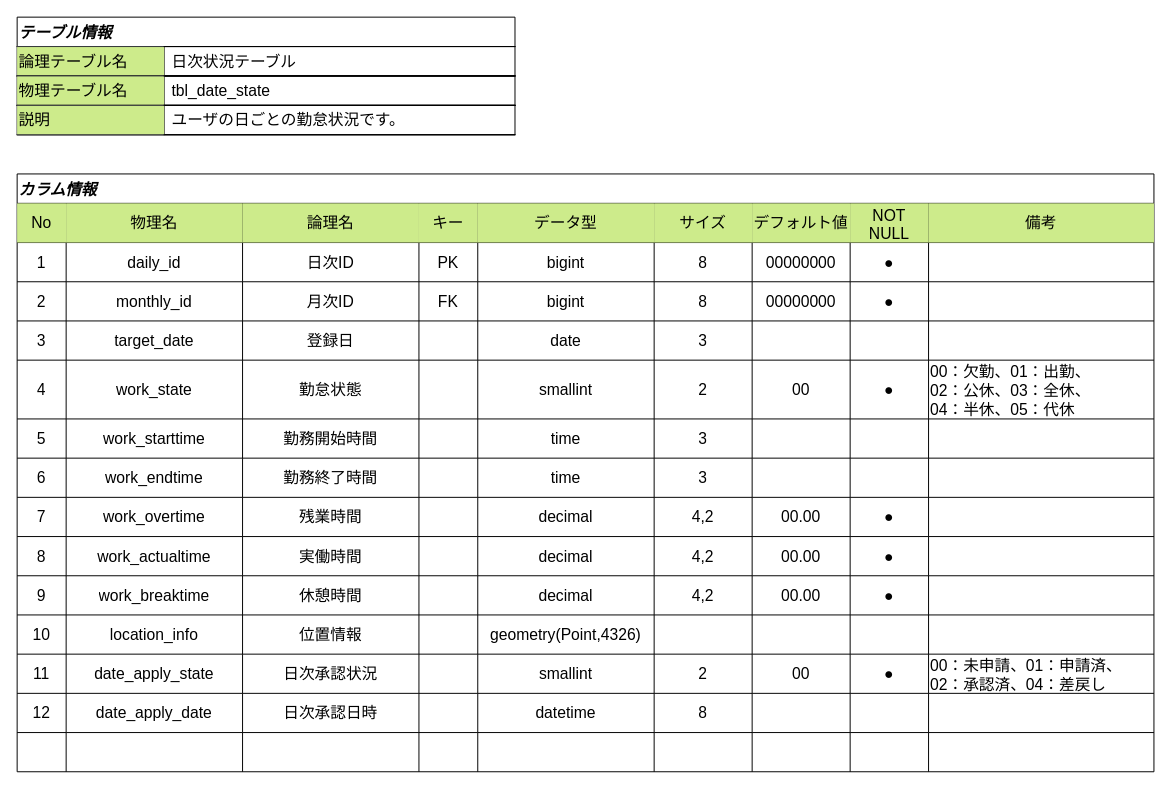
The draw.io diagram docs/database/tbl_date_state.drawio in youkobaske/agentSupport-attendanceSystem, before the edit. Source tidied: cells renumbered, new cells numbered last; positions are measured from the earlier drawing's top-left corner, leaving out a move shared by most shapes. Both pictures are drawn from the tidied source at 98%, with x=0, y=0 at pixel (17, 17).
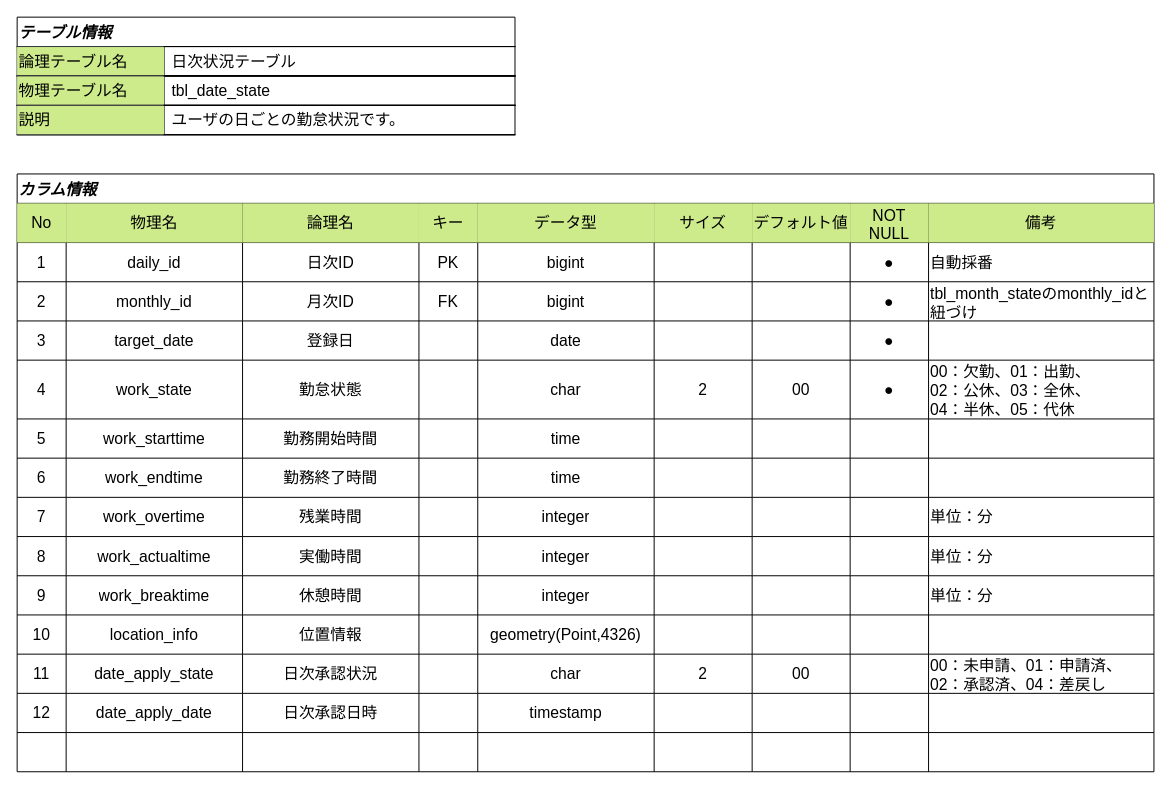
Above is the later version.

The change refers to these unchanged cells:
```xml
<mxCell id="23" style="shape=tableRow;horizontal=0;startSize=0;swimlaneHead=0;swimlaneBody=0;strokeColor=inherit;top=0;left=0;bottom=0;right=0;fillColor=none;fontSize=16;" parent="12" vertex="1">
  <mxGeometry y="70" width="1160" height="40" as="geometry" />
</mxCell>
<mxCell id="33" style="shape=tableRow;horizontal=0;startSize=0;swimlaneHead=0;swimlaneBody=0;strokeColor=inherit;top=0;left=0;bottom=0;right=0;fillColor=none;fontSize=16;" parent="12" vertex="1">
  <mxGeometry y="110" width="1160" height="40" as="geometry" />
</mxCell>
<mxCell id="43" style="shape=tableRow;horizontal=0;startSize=0;swimlaneHead=0;swimlaneBody=0;strokeColor=inherit;top=0;left=0;bottom=0;right=0;fillColor=none;fontSize=16;" parent="12" vertex="1">
  <mxGeometry y="150" width="1160" height="40" as="geometry" />
</mxCell>
<mxCell id="53" style="shape=tableRow;horizontal=0;startSize=0;swimlaneHead=0;swimlaneBody=0;strokeColor=inherit;top=0;left=0;bottom=0;right=0;fillColor=none;fontSize=16;" parent="12" vertex="1">
  <mxGeometry y="190" width="1160" height="60" as="geometry" />
</mxCell>
<mxCell id="63" style="shape=tableRow;horizontal=0;startSize=0;swimlaneHead=0;swimlaneBody=0;strokeColor=inherit;top=0;left=0;bottom=0;right=0;fillColor=none;fontSize=16;" parent="12" vertex="1">
  <mxGeometry y="250" width="1160" height="40" as="geometry" />
</mxCell>
<mxCell id="73" style="shape=tableRow;horizontal=0;startSize=0;swimlaneHead=0;swimlaneBody=0;strokeColor=inherit;top=0;left=0;bottom=0;right=0;fillColor=none;fontSize=16;" parent="12" vertex="1">
  <mxGeometry y="290" width="1160" height="40" as="geometry" />
</mxCell>
<mxCell id="83" style="shape=tableRow;horizontal=0;startSize=0;swimlaneHead=0;swimlaneBody=0;strokeColor=inherit;top=0;left=0;bottom=0;right=0;fillColor=none;fontSize=16;" parent="12" vertex="1">
  <mxGeometry y="330" width="1160" height="40" as="geometry" />
</mxCell>
<mxCell id="93" style="shape=tableRow;horizontal=0;startSize=0;swimlaneHead=0;swimlaneBody=0;strokeColor=inherit;top=0;left=0;bottom=0;right=0;fillColor=none;fontSize=16;" parent="12" vertex="1">
  <mxGeometry y="370" width="1160" height="40" as="geometry" />
</mxCell>
<mxCell id="103" style="shape=tableRow;horizontal=0;startSize=0;swimlaneHead=0;swimlaneBody=0;strokeColor=inherit;top=0;left=0;bottom=0;right=0;fillColor=none;fontSize=16;" parent="12" vertex="1">
  <mxGeometry y="410" width="1160" height="40" as="geometry" />
</mxCell>
<mxCell id="123" style="shape=tableRow;horizontal=0;startSize=0;swimlaneHead=0;swimlaneBody=0;strokeColor=inherit;top=0;left=0;bottom=0;right=0;fillColor=none;fontSize=16;" parent="12" vertex="1">
  <mxGeometry y="490" width="1160" height="40" as="geometry" />
</mxCell>
<mxCell id="133" style="shape=tableRow;horizontal=0;startSize=0;swimlaneHead=0;swimlaneBody=0;strokeColor=inherit;top=0;left=0;bottom=0;right=0;fillColor=none;fontSize=16;" parent="12" vertex="1">
  <mxGeometry y="530" width="1160" height="40" as="geometry" />
</mxCell>
```

Diff of the diagram source:
```diff
@@
-    <mxCell id="29" value="8" style="shape=partialRectangle;html=1;whiteSpace=wrap;strokeColor=inherit;overflow=hidden;fillColor=none;top=0;left=0;bottom=0;right=0;fontSize=16;" parent="23" vertex="1">
+    <mxCell id="29" style="shape=partialRectangle;html=1;whiteSpace=wrap;strokeColor=inherit;overflow=hidden;fillColor=none;top=0;left=0;bottom=0;right=0;fontSize=16;" parent="23" vertex="1">
       <mxGeometry x="650" width="100" height="40" as="geometry" />
     </mxCell>
-    <mxCell id="30" value="00000000" style="shape=partialRectangle;html=1;whiteSpace=wrap;strokeColor=inherit;overflow=hidden;fillColor=none;top=0;left=0;bottom=0;right=0;fontSize=16;" parent="23" vertex="1">
+    <mxCell id="30" style="shape=partialRectangle;html=1;whiteSpace=wrap;strokeColor=inherit;overflow=hidden;fillColor=none;top=0;left=0;bottom=0;right=0;fontSize=16;" parent="23" vertex="1">
       <mxGeometry x="750" width="100" height="40" as="geometry" />
     </mxCell>
@@
-    <mxCell id="32" style="shape=partialRectangle;html=1;whiteSpace=wrap;strokeColor=inherit;overflow=hidden;fillColor=none;top=0;left=0;bottom=0;right=0;fontSize=16;align=left;" parent="23" vertex="1">
+    <mxCell id="32" value="自動採番" style="shape=partialRectangle;html=1;whiteSpace=wrap;strokeColor=inherit;overflow=hidden;fillColor=none;top=0;left=0;bottom=0;right=0;fontSize=16;align=left;" parent="23" vertex="1">
       <mxGeometry x="930" width="230" height="40" as="geometry" />
     </mxCell>
@@
-    <mxCell id="39" value="8" style="shape=partialRectangle;html=1;whiteSpace=wrap;strokeColor=inherit;overflow=hidden;fillColor=none;top=0;left=0;bottom=0;right=0;fontSize=16;" parent="33" vertex="1">
+    <mxCell id="39" style="shape=partialRectangle;html=1;whiteSpace=wrap;strokeColor=inherit;overflow=hidden;fillColor=none;top=0;left=0;bottom=0;right=0;fontSize=16;" parent="33" vertex="1">
       <mxGeometry x="650" width="100" height="40" as="geometry" />
     </mxCell>
-    <mxCell id="40" value="00000000" style="shape=partialRectangle;html=1;whiteSpace=wrap;strokeColor=inherit;overflow=hidden;fillColor=none;top=0;left=0;bottom=0;right=0;fontSize=16;" parent="33" vertex="1">
+    <mxCell id="40" style="shape=partialRectangle;html=1;whiteSpace=wrap;strokeColor=inherit;overflow=hidden;fillColor=none;top=0;left=0;bottom=0;right=0;fontSize=16;" parent="33" vertex="1">
       <mxGeometry x="750" width="100" height="40" as="geometry" />
     </mxCell>
@@
-    <mxCell id="42" style="shape=partialRectangle;html=1;whiteSpace=wrap;strokeColor=inherit;overflow=hidden;fillColor=none;top=0;left=0;bottom=0;right=0;fontSize=16;align=left;" parent="33" vertex="1">
+    <mxCell id="42" value="tbl_month_stateのmonthly_idと紐づけ" style="shape=partialRectangle;html=1;whiteSpace=wrap;strokeColor=inherit;overflow=hidden;fillColor=none;top=0;left=0;bottom=0;right=0;fontSize=16;align=left;" parent="33" vertex="1">
       <mxGeometry x="930" width="230" height="40" as="geometry" />
     </mxCell>
@@
-    <mxCell id="49" value="3" style="shape=partialRectangle;html=1;whiteSpace=wrap;strokeColor=inherit;overflow=hidden;fillColor=none;top=0;left=0;bottom=0;right=0;fontSize=16;" parent="43" vertex="1">
+    <mxCell id="49" style="shape=partialRectangle;html=1;whiteSpace=wrap;strokeColor=inherit;overflow=hidden;fillColor=none;top=0;left=0;bottom=0;right=0;fontSize=16;" parent="43" vertex="1">
       <mxGeometry x="650" width="100" height="40" as="geometry" />
     </mxCell>
@@
-    <mxCell id="51" style="shape=partialRectangle;html=1;whiteSpace=wrap;strokeColor=inherit;overflow=hidden;fillColor=none;top=0;left=0;bottom=0;right=0;fontSize=16;" parent="43" vertex="1">
+    <mxCell id="51" value="●" style="shape=partialRectangle;html=1;whiteSpace=wrap;strokeColor=inherit;overflow=hidden;fillColor=none;top=0;left=0;bottom=0;right=0;fontSize=16;" parent="43" vertex="1">
       <mxGeometry x="850" width="80" height="40" as="geometry" />
     </mxCell>
@@
-    <mxCell id="58" value="smallint" style="shape=partialRectangle;html=1;whiteSpace=wrap;strokeColor=inherit;overflow=hidden;fillColor=none;top=0;left=0;bottom=0;right=0;fontSize=16;" parent="53" vertex="1">
+    <mxCell id="58" value="char" style="shape=partialRectangle;html=1;whiteSpace=wrap;strokeColor=inherit;overflow=hidden;fillColor=none;top=0;left=0;bottom=0;right=0;fontSize=16;" parent="53" vertex="1">
       <mxGeometry x="470" width="180" height="60" as="geometry" />
     </mxCell>
@@
-    <mxCell id="69" value="3" style="shape=partialRectangle;html=1;whiteSpace=wrap;strokeColor=inherit;overflow=hidden;fillColor=none;top=0;left=0;bottom=0;right=0;fontSize=16;" parent="63" vertex="1">
+    <mxCell id="69" style="shape=partialRectangle;html=1;whiteSpace=wrap;strokeColor=inherit;overflow=hidden;fillColor=none;top=0;left=0;bottom=0;right=0;fontSize=16;" parent="63" vertex="1">
       <mxGeometry x="650" width="100" height="40" as="geometry" />
     </mxCell>
@@
-    <mxCell id="79" value="3" style="shape=partialRectangle;html=1;whiteSpace=wrap;strokeColor=inherit;overflow=hidden;fillColor=none;top=0;left=0;bottom=0;right=0;fontSize=16;" parent="73" vertex="1">
+    <mxCell id="79" style="shape=partialRectangle;html=1;whiteSpace=wrap;strokeColor=inherit;overflow=hidden;fillColor=none;top=0;left=0;bottom=0;right=0;fontSize=16;" parent="73" vertex="1">
       <mxGeometry x="650" width="100" height="40" as="geometry" />
     </mxCell>
@@
-    <mxCell id="88" value="decimal" style="shape=partialRectangle;html=1;whiteSpace=wrap;strokeColor=inherit;overflow=hidden;fillColor=none;top=0;left=0;bottom=0;right=0;fontSize=16;" parent="83" vertex="1">
+    <mxCell id="88" value="integer" style="shape=partialRectangle;html=1;whiteSpace=wrap;strokeColor=inherit;overflow=hidden;fillColor=none;top=0;left=0;bottom=0;right=0;fontSize=16;" parent="83" vertex="1">
       <mxGeometry x="470" width="180" height="40" as="geometry" />
     </mxCell>
-    <mxCell id="89" value="4,2" style="shape=partialRectangle;html=1;whiteSpace=wrap;strokeColor=inherit;overflow=hidden;fillColor=none;top=0;left=0;bottom=0;right=0;fontSize=16;" parent="83" vertex="1">
+    <mxCell id="89" style="shape=partialRectangle;html=1;whiteSpace=wrap;strokeColor=inherit;overflow=hidden;fillColor=none;top=0;left=0;bottom=0;right=0;fontSize=16;" parent="83" vertex="1">
       <mxGeometry x="650" width="100" height="40" as="geometry" />
     </mxCell>
-    <mxCell id="90" value="00.00" style="shape=partialRectangle;html=1;whiteSpace=wrap;strokeColor=inherit;overflow=hidden;fillColor=none;top=0;left=0;bottom=0;right=0;fontSize=16;" parent="83" vertex="1">
+    <mxCell id="90" style="shape=partialRectangle;html=1;whiteSpace=wrap;strokeColor=inherit;overflow=hidden;fillColor=none;top=0;left=0;bottom=0;right=0;fontSize=16;" parent="83" vertex="1">
       <mxGeometry x="750" width="100" height="40" as="geometry" />
     </mxCell>
-    <mxCell id="91" value="●" style="shape=partialRectangle;html=1;whiteSpace=wrap;strokeColor=inherit;overflow=hidden;fillColor=none;top=0;left=0;bottom=0;right=0;fontSize=16;" parent="83" vertex="1">
+    <mxCell id="91" style="shape=partialRectangle;html=1;whiteSpace=wrap;strokeColor=inherit;overflow=hidden;fillColor=none;top=0;left=0;bottom=0;right=0;fontSize=16;" parent="83" vertex="1">
       <mxGeometry x="850" width="80" height="40" as="geometry" />
     </mxCell>
-    <mxCell id="92" style="shape=partialRectangle;html=1;whiteSpace=wrap;strokeColor=inherit;overflow=hidden;fillColor=none;top=0;left=0;bottom=0;right=0;fontSize=16;align=left;" parent="83" vertex="1">
+    <mxCell id="92" value="単位：分" style="shape=partialRectangle;html=1;whiteSpace=wrap;strokeColor=inherit;overflow=hidden;fillColor=none;top=0;left=0;bottom=0;right=0;fontSize=16;align=left;" parent="83" vertex="1">
       <mxGeometry x="930" width="230" height="40" as="geometry" />
     </mxCell>
@@
-    <mxCell id="98" value="decimal" style="shape=partialRectangle;html=1;whiteSpace=wrap;strokeColor=inherit;overflow=hidden;fillColor=none;top=0;left=0;bottom=0;right=0;fontSize=16;" parent="93" vertex="1">
+    <mxCell id="98" value="integer" style="shape=partialRectangle;html=1;whiteSpace=wrap;strokeColor=inherit;overflow=hidden;fillColor=none;top=0;left=0;bottom=0;right=0;fontSize=16;" parent="93" vertex="1">
       <mxGeometry x="470" width="180" height="40" as="geometry" />
     </mxCell>
-    <mxCell id="99" value="4,2" style="shape=partialRectangle;html=1;whiteSpace=wrap;strokeColor=inherit;overflow=hidden;fillColor=none;top=0;left=0;bottom=0;right=0;fontSize=16;" parent="93" vertex="1">
+    <mxCell id="99" style="shape=partialRectangle;html=1;whiteSpace=wrap;strokeColor=inherit;overflow=hidden;fillColor=none;top=0;left=0;bottom=0;right=0;fontSize=16;" parent="93" vertex="1">
       <mxGeometry x="650" width="100" height="40" as="geometry" />
     </mxCell>
-    <mxCell id="100" value="00.00" style="shape=partialRectangle;html=1;whiteSpace=wrap;strokeColor=inherit;overflow=hidden;fillColor=none;top=0;left=0;bottom=0;right=0;fontSize=16;" parent="93" vertex="1">
+    <mxCell id="100" style="shape=partialRectangle;html=1;whiteSpace=wrap;strokeColor=inherit;overflow=hidden;fillColor=none;top=0;left=0;bottom=0;right=0;fontSize=16;" parent="93" vertex="1">
       <mxGeometry x="750" width="100" height="40" as="geometry" />
     </mxCell>
-    <mxCell id="101" value="●" style="shape=partialRectangle;html=1;whiteSpace=wrap;strokeColor=inherit;overflow=hidden;fillColor=none;top=0;left=0;bottom=0;right=0;fontSize=16;" parent="93" vertex="1">
+    <mxCell id="101" style="shape=partialRectangle;html=1;whiteSpace=wrap;strokeColor=inherit;overflow=hidden;fillColor=none;top=0;left=0;bottom=0;right=0;fontSize=16;" parent="93" vertex="1">
       <mxGeometry x="850" width="80" height="40" as="geometry" />
     </mxCell>
-    <mxCell id="102" style="shape=partialRectangle;html=1;whiteSpace=wrap;strokeColor=inherit;overflow=hidden;fillColor=none;top=0;left=0;bottom=0;right=0;fontSize=16;align=left;" parent="93" vertex="1">
+    <mxCell id="102" value="単位：分" style="shape=partialRectangle;html=1;whiteSpace=wrap;strokeColor=inherit;overflow=hidden;fillColor=none;top=0;left=0;bottom=0;right=0;fontSize=16;align=left;" parent="93" vertex="1">
       <mxGeometry x="930" width="230" height="40" as="geometry" />
     </mxCell>
@@
-    <mxCell id="108" value="decimal" style="shape=partialRectangle;html=1;whiteSpace=wrap;strokeColor=inherit;overflow=hidden;fillColor=none;top=0;left=0;bottom=0;right=0;fontSize=16;" parent="103" vertex="1">
+    <mxCell id="108" value="integer" style="shape=partialRectangle;html=1;whiteSpace=wrap;strokeColor=inherit;overflow=hidden;fillColor=none;top=0;left=0;bottom=0;right=0;fontSize=16;" parent="103" vertex="1">
       <mxGeometry x="470" width="180" height="40" as="geometry" />
     </mxCell>
-    <mxCell id="109" value="4,2" style="shape=partialRectangle;html=1;whiteSpace=wrap;strokeColor=inherit;overflow=hidden;fillColor=none;top=0;left=0;bottom=0;right=0;fontSize=16;" parent="103" vertex="1">
+    <mxCell id="109" style="shape=partialRectangle;html=1;whiteSpace=wrap;strokeColor=inherit;overflow=hidden;fillColor=none;top=0;left=0;bottom=0;right=0;fontSize=16;" parent="103" vertex="1">
       <mxGeometry x="650" width="100" height="40" as="geometry" />
     </mxCell>
-    <mxCell id="110" value="00.00" style="shape=partialRectangle;html=1;whiteSpace=wrap;strokeColor=inherit;overflow=hidden;fillColor=none;top=0;left=0;bottom=0;right=0;fontSize=16;" parent="103" vertex="1">
+    <mxCell id="110" style="shape=partialRectangle;html=1;whiteSpace=wrap;strokeColor=inherit;overflow=hidden;fillColor=none;top=0;left=0;bottom=0;right=0;fontSize=16;" parent="103" vertex="1">
       <mxGeometry x="750" width="100" height="40" as="geometry" />
     </mxCell>
-    <mxCell id="111" value="●" style="shape=partialRectangle;html=1;whiteSpace=wrap;strokeColor=inherit;overflow=hidden;fillColor=none;top=0;left=0;bottom=0;right=0;fontSize=16;" parent="103" vertex="1">
+    <mxCell id="111" style="shape=partialRectangle;html=1;whiteSpace=wrap;strokeColor=inherit;overflow=hidden;fillColor=none;top=0;left=0;bottom=0;right=0;fontSize=16;" parent="103" vertex="1">
       <mxGeometry x="850" width="80" height="40" as="geometry" />
     </mxCell>
-    <mxCell id="112" style="shape=partialRectangle;html=1;whiteSpace=wrap;strokeColor=inherit;overflow=hidden;fillColor=none;top=0;left=0;bottom=0;right=0;fontSize=16;align=left;" parent="103" vertex="1">
+    <mxCell id="112" value="単位：分" style="shape=partialRectangle;html=1;whiteSpace=wrap;strokeColor=inherit;overflow=hidden;fillColor=none;top=0;left=0;bottom=0;right=0;fontSize=16;align=left;" parent="103" vertex="1">
       <mxGeometry x="930" width="230" height="40" as="geometry" />
     </mxCell>
@@
-    <mxCell id="128" value="smallint" style="shape=partialRectangle;html=1;whiteSpace=wrap;strokeColor=inherit;overflow=hidden;fillColor=none;top=0;left=0;bottom=0;right=0;fontSize=16;" parent="123" vertex="1">
+    <mxCell id="128" value="char" style="shape=partialRectangle;html=1;whiteSpace=wrap;strokeColor=inherit;overflow=hidden;fillColor=none;top=0;left=0;bottom=0;right=0;fontSize=16;" parent="123" vertex="1">
       <mxGeometry x="470" width="180" height="40" as="geometry" />
     </mxCell>
@@
-    <mxCell id="131" value="●" style="shape=partialRectangle;html=1;whiteSpace=wrap;strokeColor=inherit;overflow=hidden;fillColor=none;top=0;left=0;bottom=0;right=0;fontSize=16;" parent="123" vertex="1">
+    <mxCell id="131" style="shape=partialRectangle;html=1;whiteSpace=wrap;strokeColor=inherit;overflow=hidden;fillColor=none;top=0;left=0;bottom=0;right=0;fontSize=16;" parent="123" vertex="1">
       <mxGeometry x="850" width="80" height="40" as="geometry" />
     </mxCell>
@@
-    <mxCell id="138" value="datetime" style="shape=partialRectangle;html=1;whiteSpace=wrap;strokeColor=inherit;overflow=hidden;fillColor=none;top=0;left=0;bottom=0;right=0;fontSize=16;" parent="133" vertex="1">
+    <mxCell id="138" value="timestamp" style="shape=partialRectangle;html=1;whiteSpace=wrap;strokeColor=inherit;overflow=hidden;fillColor=none;top=0;left=0;bottom=0;right=0;fontSize=16;" parent="133" vertex="1">
       <mxGeometry x="470" width="180" height="40" as="geometry" />
     </mxCell>
-    <mxCell id="139" value="8" style="shape=partialRectangle;html=1;whiteSpace=wrap;strokeColor=inherit;overflow=hidden;fillColor=none;top=0;left=0;bottom=0;right=0;fontSize=16;" parent="133" vertex="1">
+    <mxCell id="139" style="shape=partialRectangle;html=1;whiteSpace=wrap;strokeColor=inherit;overflow=hidden;fillColor=none;top=0;left=0;bottom=0;right=0;fontSize=16;" parent="133" vertex="1">
       <mxGeometry x="650" width="100" height="40" as="geometry" />
     </mxCell>
```
